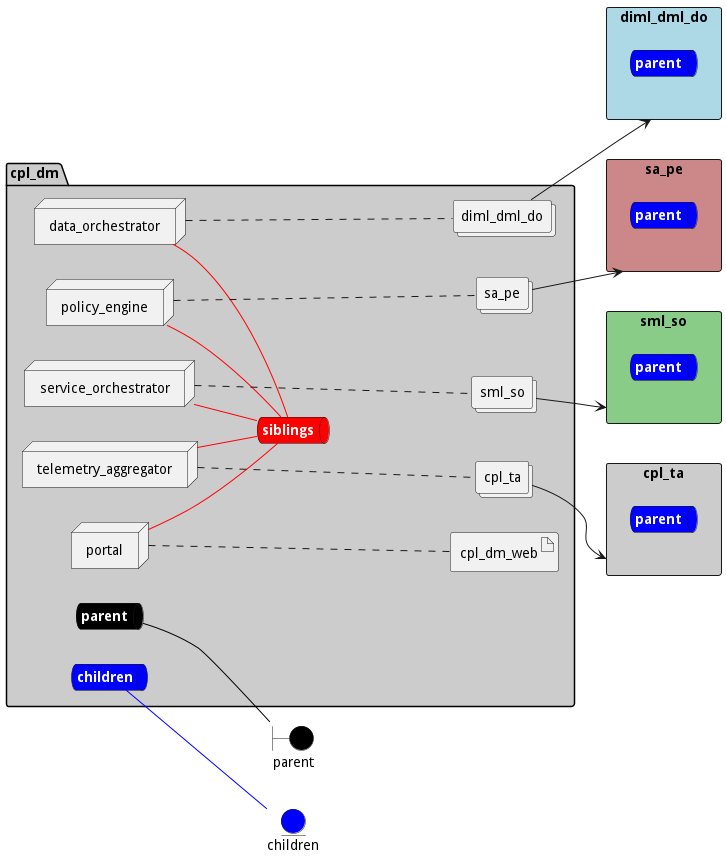
This is docs/edgemere/cpl/dm/envs/dev/deployment.png from madajaju/edgemere, a PlantUML export, as it was before one commit. The source it was exported from:
```plantuml
@startuml

left to right direction


boundary parent #black


entity children #blue

rectangle "diml_dml_do" as diml_dml_doStack #lightblue {
    queue diml_dml_doStacksnet #blue [
        <b><color:white>parent</color></b>
    ]
}
rectangle "sa_pe" as sa_peStack #cc8888 {
    queue sa_peStacksnet #blue [
        <b><color:white>parent</color></b>
    ]
}
rectangle "sml_so" as sml_soStack #88cc88 {
    queue sml_soStacksnet #blue [
        <b><color:white>parent</color></b>
    ]
}
rectangle "cpl_ta" as cpl_taStack #cccccc {
    queue cpl_taStacksnet #blue [
        <b><color:white>parent</color></b>
    ]
}



package "cpl_dm" #cccccc {
    queue parentnet #black [
            <b><color:white>parent</color></b>
    ]

    parentnet -[#black]- parent

    queue childrennet #blue [
            <b><color:white>children</color></b>
    ]

    childrennet -[#blue]- children

    queue siblingsnet #red [
            <b><color:white>siblings</color></b>
    ]


node "data_orchestrator" as data_orchestratorService
node "policy_engine" as policy_engineService
node "service_orchestrator" as service_orchestratorService
node "telemetry_aggregator" as telemetry_aggregatorService
node "portal" as portalService

        collections "diml_dml_do" as diml_dml_doimage
            collections "sa_pe" as sa_peimage
            collections "sml_so" as sml_soimage
            collections "cpl_ta" as cpl_taimage

        artifact "cpl_dm_web" as cpl_dm_webimage

}

data_orchestratorService -[#red]- siblingsnet

policy_engineService -[#red]- siblingsnet

service_orchestratorService -[#red]- siblingsnet

telemetry_aggregatorService -[#red]- siblingsnet

portalService -[#red]- siblingsnet
data_orchestratorService .... diml_dml_doimage
policy_engineService .... sa_peimage
service_orchestratorService .... sml_soimage
telemetry_aggregatorService .... cpl_taimage
portalService .... cpl_dm_webimage

diml_dml_doimage --> diml_dml_doStack

sa_peimage --> sa_peStack

sml_soimage --> sml_soStack

cpl_taimage --> cpl_taStack


@enduml
```
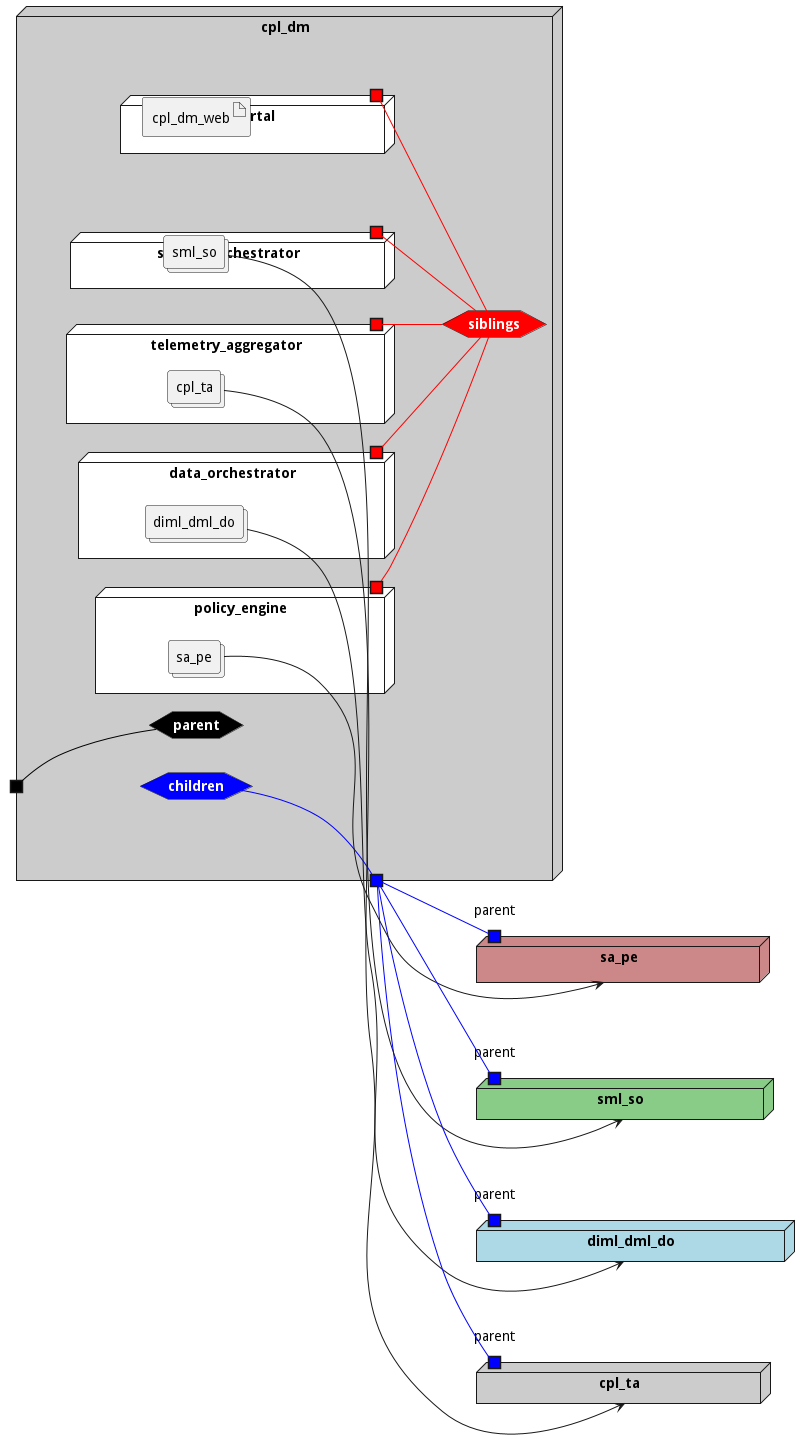
The same diagram one commit later.

The edit, as a diff of the source:
```diff
@@ -3,89 +3,99 @@
 left to right direction
 
 
-boundary parent #black
 
 
-entity children #blue
-
-rectangle "diml_dml_do" as diml_dml_doStack #lightblue {
-    queue diml_dml_doStacksnet #blue [
-        <b><color:white>parent</color></b>
-    ]
+node "diml_dml_do" as diml_dml_doStack #lightblue {
+    portin "parent" as diml_dml_doStackPortIn #blue
 }
-rectangle "sa_pe" as sa_peStack #cc8888 {
-    queue sa_peStacksnet #blue [
-        <b><color:white>parent</color></b>
-    ]
+node "sa_pe" as sa_peStack #cc8888 {
+    portin "parent" as sa_peStackPortIn #blue
 }
-rectangle "sml_so" as sml_soStack #88cc88 {
-    queue sml_soStacksnet #blue [
-        <b><color:white>parent</color></b>
-    ]
+node "sml_so" as sml_soStack #88cc88 {
+    portin "parent" as sml_soStackPortIn #blue
 }
-rectangle "cpl_ta" as cpl_taStack #cccccc {
-    queue cpl_taStacksnet #blue [
-        <b><color:white>parent</color></b>
-    ]
+node "cpl_ta" as cpl_taStack #cccccc {
+    portin "parent" as cpl_taStackPortIn #blue
 }
 
 
 
-package "cpl_dm" #cccccc {
-    queue parentnet #black [
+node "cpl_dm" #cccccc {
+
+
+    hexagon parentnet #black [
             <b><color:white>parent</color></b>
     ]
 
-    parentnet -[#black]- parent
+    portin " " as parentnetPortIn #black
+    parentnetPortIn -[#black]- parentnet
 
-    queue childrennet #blue [
+    hexagon childrennet #blue [
             <b><color:white>children</color></b>
     ]
 
-    childrennet -[#blue]- children
+    portout " " as childrennetPortOut #blue
+    childrennet -[#blue]- childrennetPortOut
 
-    queue siblingsnet #red [
+    hexagon siblingsnet #red [
             <b><color:white>siblings</color></b>
     ]
 
 
-node "data_orchestrator" as data_orchestratorService
-node "policy_engine" as policy_engineService
-node "service_orchestrator" as service_orchestratorService
-node "telemetry_aggregator" as telemetry_aggregatorService
-node "portal" as portalService
+node "data_orchestrator" as data_orchestratorService #white {
+    portOut " " as data_orchestratorServicesiblingsnet #red
+   data_orchestratorServicesiblingsnet -[#red]- siblingsnet
 
-        collections "diml_dml_do" as diml_dml_doimage
-            collections "sa_pe" as sa_peimage
-            collections "sml_so" as sml_soimage
-            collections "cpl_ta" as cpl_taimage
+    collections "diml_dml_do" as diml_dml_doimage
 
-        artifact "cpl_dm_web" as cpl_dm_webimage
+}
+node "policy_engine" as policy_engineService #white {
+    portOut " " as policy_engineServicesiblingsnet #red
+   policy_engineServicesiblingsnet -[#red]- siblingsnet
+
+    collections "sa_pe" as sa_peimage
+
+}
+node "service_orchestrator" as service_orchestratorService #white {
+    portOut " " as service_orchestratorServicesiblingsnet #red
+   service_orchestratorServicesiblingsnet -[#red]- siblingsnet
+
+    collections "sml_so" as sml_soimage
+
+}
+node "telemetry_aggregator" as telemetry_aggregatorService #white {
+    portOut " " as telemetry_aggregatorServicesiblingsnet #red
+   telemetry_aggregatorServicesiblingsnet -[#red]- siblingsnet
+
+    collections "cpl_ta" as cpl_taimage
+
+}
+node "portal" as portalService #white {
+    portOut " " as portalServicesiblingsnet #red
+   portalServicesiblingsnet -[#red]- siblingsnet
+
+
+    artifact "cpl_dm_web" as cpl_dm_webimage
 
 }
 
-data_orchestratorService -[#red]- siblingsnet
-
-policy_engineService -[#red]- siblingsnet
-
-service_orchestratorService -[#red]- siblingsnet
-
-telemetry_aggregatorService -[#red]- siblingsnet
-
-portalService -[#red]- siblingsnet
-data_orchestratorService .... diml_dml_doimage
-policy_engineService .... sa_peimage
-service_orchestratorService .... sml_soimage
-telemetry_aggregatorService .... cpl_taimage
-portalService .... cpl_dm_webimage
+}
 
 diml_dml_doimage --> diml_dml_doStack
 
+    childrennetPortOut -[#blue]- diml_dml_doStackPortIn
+
 sa_peimage --> sa_peStack
+
+    childrennetPortOut -[#blue]- sa_peStackPortIn
 
 sml_soimage --> sml_soStack
 
+    childrennetPortOut -[#blue]- sml_soStackPortIn
+
 cpl_taimage --> cpl_taStack
+
+    childrennetPortOut -[#blue]- cpl_taStackPortIn
 
 
 @enduml
```
